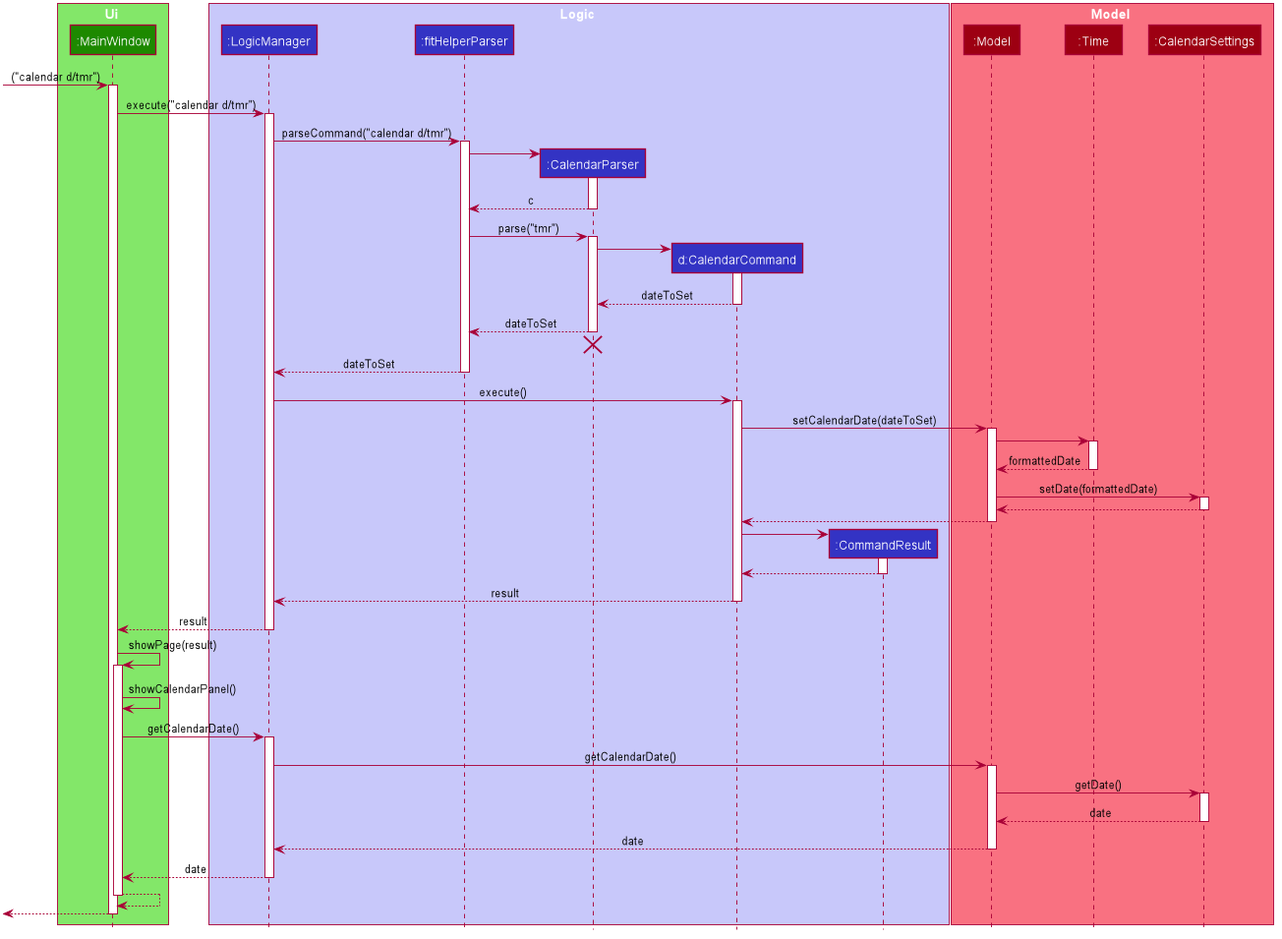
Earlier version of the PlantUML export docs/images/CalendarSequenceDiagram.png (nus-cs2103-AY1920S2/addressbook-level3). Its diagram source:
```plantuml
@startuml








skinparam BackgroundColor #FFFFFFF

skinparam Shadowing false

skinparam Class {
    FontColor #FFFFFF
    BorderThickness 1
    BorderColor #FFFFFF
    StereotypeFontColor #FFFFFF
    FontName Arial
}

skinparam Actor {
    BorderColor #000000
    Color #000000
    FontName Arial
}

skinparam Sequence {
    MessageAlign center
    BoxFontSize 15
    BoxPadding 0
    BoxFontColor #FFFFFF
    FontName Arial
}

skinparam Participant {
    FontColor #FFFFFFF
    Padding 20
}

skinparam MinClassWidth 50
skinparam ParticipantPadding 10
skinparam Shadowing false
skinparam DefaultTextAlignment center
skinparam packageStyle Rectangle

hide footbox
hide members
hide circle

box Ui #83E769
participant ":MainWindow" as MainWindow #1D8900
end box

box Logic #C8C8FA
participant ":LogicManager" as LogicManager #3333C4
participant ":fitHelperParser" as FitHelperParser #3333C4
participant ":CalendarParser" as CalendarParser #3333C4
participant "d:CalendarCommand" as CalendarCommand #3333C4
participant ":CommandResult" as CommandResult #3333C4
end box

box Model #F97181
participant ":Model" as Model #9D0012
participant ":Time" as Time #9D0012
participant ":CalendarSettings" as CalendarSettings #9D0012
end box

[-> MainWindow : ("calendar d/tmr")
activate MainWindow

MainWindow -> LogicManager : execute("calendar d/tmr")
activate LogicManager

LogicManager -> FitHelperParser : parseCommand("calendar d/tmr")
activate FitHelperParser

create CalendarParser
FitHelperParser -> CalendarParser
activate CalendarParser

CalendarParser --> FitHelperParser : c
deactivate CalendarParser

FitHelperParser -> CalendarParser : parse("tmr")
activate CalendarParser

create CalendarCommand
CalendarParser -> CalendarCommand
activate CalendarCommand

CalendarCommand --> CalendarParser : dateToSet
deactivate CalendarCommand

CalendarParser --> FitHelperParser : dateToSet
deactivate CalendarParser
CalendarParser -[hidden]-> FitHelperParser
destroy CalendarParser

FitHelperParser --> LogicManager : dateToSet
deactivate FitHelperParser

LogicManager -> CalendarCommand : execute()
activate CalendarCommand

CalendarCommand -> Model : setCalendarDate(dateToSet)
activate Model

Model -> Time
activate Time

Time --> Model : formattedDate
deactivate Time

Model -> CalendarSettings : setDate(formattedDate)
activate CalendarSettings

CalendarSettings --> Model
deactivate CalendarSettings

Model --> CalendarCommand
deactivate Model

create CommandResult
CalendarCommand -> CommandResult
activate CommandResult

CommandResult --> CalendarCommand
deactivate CommandResult

CalendarCommand --> LogicManager : result
deactivate CalendarCommand

LogicManager --> MainWindow : result
deactivate LogicManager

MainWindow -> MainWindow : showPage(result)
activate MainWindow
MainWindow -> MainWindow : showCalendarPanel()

MainWindow -> LogicManager : getCalendarDate()
activate LogicManager

LogicManager -> Model : getCalendarDate()
activate Model

Model -> CalendarSettings : getDate()
activate CalendarSettings

CalendarSettings --> Model : date
deactivate CalendarSettings

Model --> LogicManager : date
deactivate Model

LogicManager --> MainWindow : date
deactivate LogicManager

MainWindow --> MainWindow
deactivate MainWindow


[<--MainWindow
deactivate MainWindow
@enduml
```
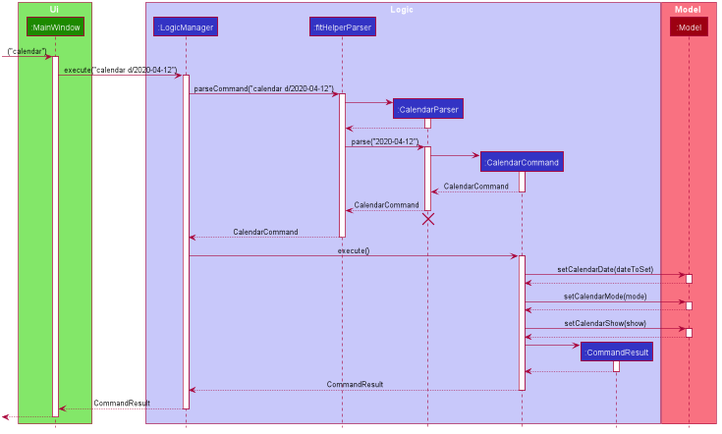
The same file after the commit.

What changed in the source:
```diff
@@ -56,48 +56,46 @@
 participant ":LogicManager" as LogicManager #3333C4
 participant ":fitHelperParser" as FitHelperParser #3333C4
 participant ":CalendarParser" as CalendarParser #3333C4
-participant "d:CalendarCommand" as CalendarCommand #3333C4
+participant ":CalendarCommand" as CalendarCommand #3333C4
 participant ":CommandResult" as CommandResult #3333C4
 end box
 
 box Model #F97181
 participant ":Model" as Model #9D0012
-participant ":Time" as Time #9D0012
-participant ":CalendarSettings" as CalendarSettings #9D0012
 end box
 
-[-> MainWindow : ("calendar d/tmr")
+[-> MainWindow : ("calendar")
 activate MainWindow
 
-MainWindow -> LogicManager : execute("calendar d/tmr")
+MainWindow -> LogicManager : execute("calendar d/2020-04-12")
 activate LogicManager
 
-LogicManager -> FitHelperParser : parseCommand("calendar d/tmr")
+LogicManager -> FitHelperParser : parseCommand("calendar d/2020-04-12")
 activate FitHelperParser
 
 create CalendarParser
 FitHelperParser -> CalendarParser
 activate CalendarParser
 
-CalendarParser --> FitHelperParser : c
+CalendarParser --> FitHelperParser :
 deactivate CalendarParser
 
-FitHelperParser -> CalendarParser : parse("tmr")
+FitHelperParser -> CalendarParser : parse("2020-04-12")
 activate CalendarParser
 
 create CalendarCommand
 CalendarParser -> CalendarCommand
 activate CalendarCommand
 
-CalendarCommand --> CalendarParser : dateToSet
+CalendarCommand --> CalendarParser : CalendarCommand
 deactivate CalendarCommand
 
-CalendarParser --> FitHelperParser : dateToSet
+CalendarParser --> FitHelperParser : CalendarCommand
 deactivate CalendarParser
 CalendarParser -[hidden]-> FitHelperParser
 destroy CalendarParser
 
-FitHelperParser --> LogicManager : dateToSet
+FitHelperParser --> LogicManager : CalendarCommand
 deactivate FitHelperParser
 
 LogicManager -> CalendarCommand : execute()
@@ -106,17 +104,17 @@
 CalendarCommand -> Model : setCalendarDate(dateToSet)
 activate Model
 
-Model -> Time
-activate Time
+Model --> CalendarCommand
+deactivate Model
 
-Time --> Model : formattedDate
-deactivate Time
+CalendarCommand -> Model : setCalendarMode(mode)
+activate Model
 
-Model -> CalendarSettings : setDate(formattedDate)
-activate CalendarSettings
+Model --> CalendarCommand
+deactivate Model
 
-CalendarSettings --> Model
-deactivate CalendarSettings
+CalendarCommand -> Model : setCalendarShow(show)
+activate Model
 
 Model --> CalendarCommand
 deactivate Model
@@ -128,37 +126,11 @@
 CommandResult --> CalendarCommand
 deactivate CommandResult
 
-CalendarCommand --> LogicManager : result
+CalendarCommand --> LogicManager : CommandResult
 deactivate CalendarCommand
 
-LogicManager --> MainWindow : result
+LogicManager --> MainWindow : CommandResult
 deactivate LogicManager
-
-MainWindow -> MainWindow : showPage(result)
-activate MainWindow
-MainWindow -> MainWindow : showCalendarPanel()
-
-MainWindow -> LogicManager : getCalendarDate()
-activate LogicManager
-
-LogicManager -> Model : getCalendarDate()
-activate Model
-
-Model -> CalendarSettings : getDate()
-activate CalendarSettings
-
-CalendarSettings --> Model : date
-deactivate CalendarSettings
-
-Model --> LogicManager : date
-deactivate Model
-
-LogicManager --> MainWindow : date
-deactivate LogicManager
-
-MainWindow --> MainWindow
-deactivate MainWindow
-
 
 [<--MainWindow
 deactivate MainWindow
```
